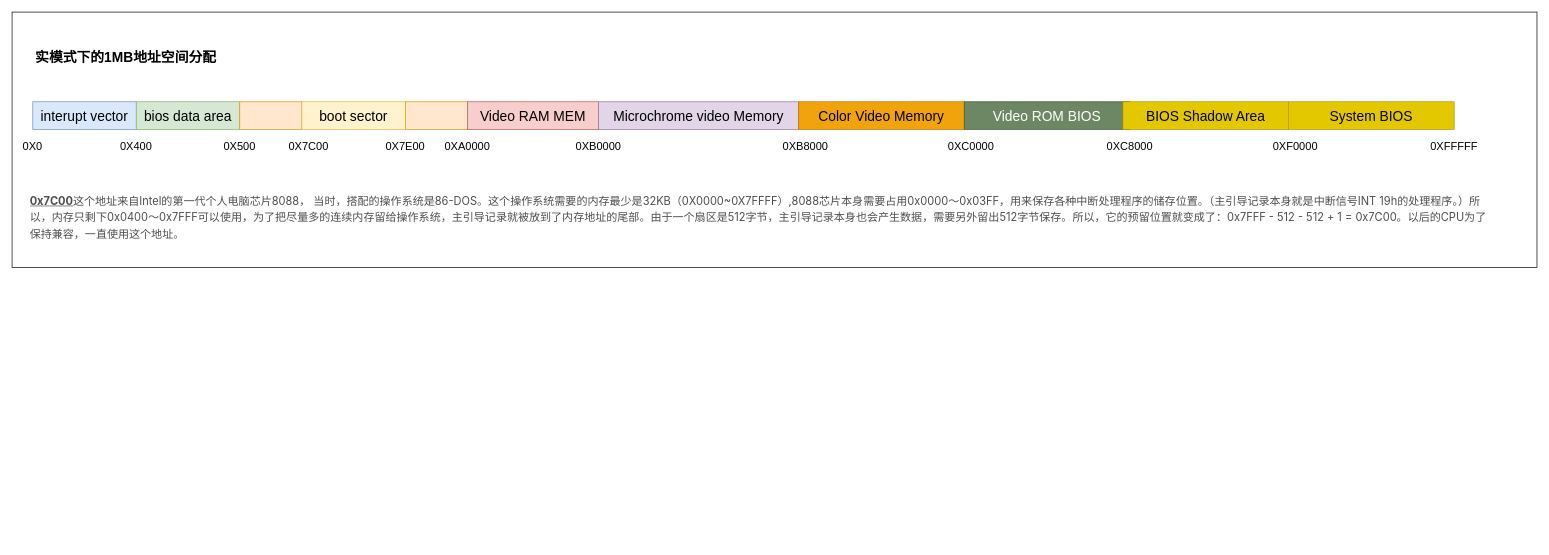
Above: 未命名绘图.drawio in wbzzx-bb/HUAWEI-STORE-GO (draw.io), before the change. Source tidied: cells renumbered, new cells numbered last; positions are measured from the earlier drawing's top-left corner, leaving out a move shared by most shapes. Both pictures are drawn from the tidied source at 69%, with x=0, y=0 at pixel (12, 12).
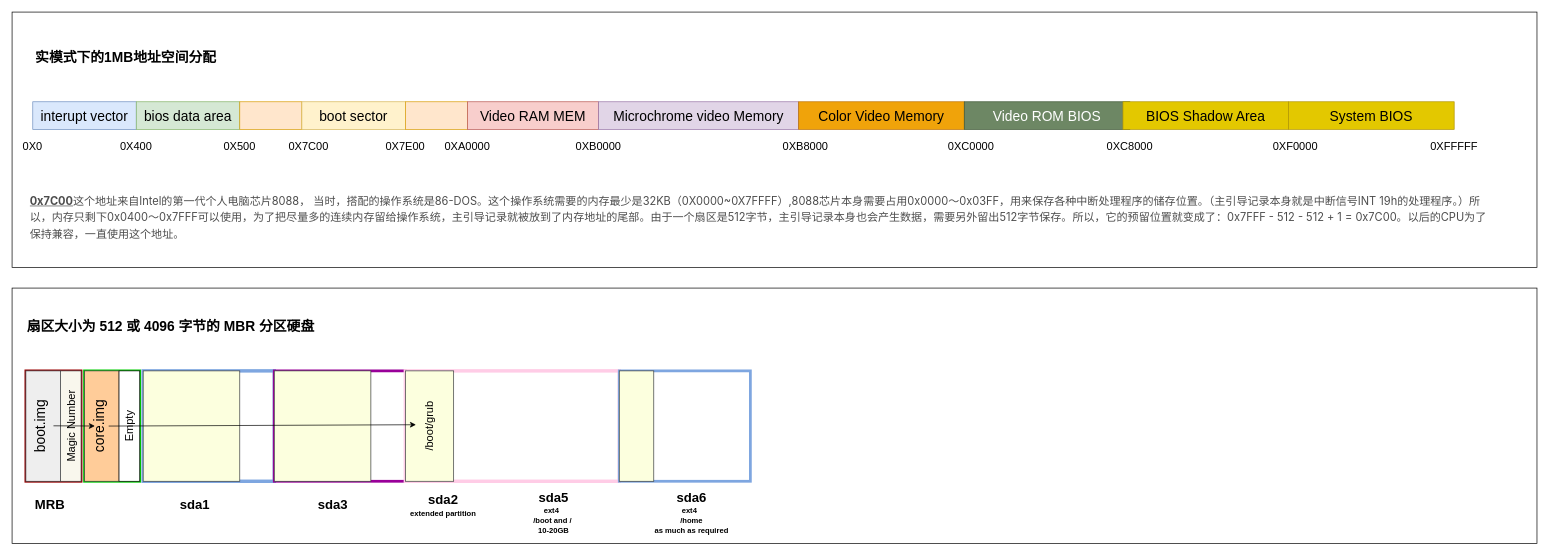
After the change.

Commit message (it also covers changes not shown here):
更新未命名绘图.drawio

Diff of the diagram source:
```diff
@@
+    <mxCell id="28" style="whiteSpace=wrap;html=1;" parent="1" vertex="1">
+      <mxGeometry y="400" width="2210" height="370" as="geometry" />
+    </mxCell>
+    <mxCell id="29" style="whiteSpace=wrap;html=1;labelBorderColor=#CC0000;strokeColor=#990000;strokeWidth=4;" parent="1" vertex="1">
+      <mxGeometry x="20" y="520" width="80" height="160" as="geometry" />
+    </mxCell>
@@
+    <mxCell id="30" style="rounded=0;whiteSpace=wrap;html=1;fillColor=#eeeeee;strokeColor=#36393d;fontStyle=0;fontSize=20;" parent="1" vertex="1">
+      <mxGeometry x="20" y="520" width="50" height="160" as="geometry" />
+    </mxCell>
+    <mxCell id="31" value="&lt;font style=&quot;font-size: 20px;&quot;&gt;boot.img&lt;/font&gt;" style="text;strokeColor=none;align=center;fillColor=none;html=1;verticalAlign=middle;whiteSpace=wrap;rounded=0;rotation=-90;" parent="1" vertex="1">
+      <mxGeometry x="10" y="585" width="60" height="30" as="geometry" />
+    </mxCell>
+    <mxCell id="32" style="rounded=0;whiteSpace=wrap;html=1;fillColor=#f9f7ed;strokeColor=#36393d;fontStyle=0;fontSize=20;" parent="1" vertex="1">
+      <mxGeometry x="70" y="520" width="30" height="160" as="geometry" />
+    </mxCell>
+    <mxCell id="33" value="&lt;font style=&quot;font-size: 16px;&quot;&gt;Magic Number&lt;/font&gt;" style="text;strokeColor=none;align=center;fillColor=none;html=1;verticalAlign=middle;whiteSpace=wrap;rounded=0;rotation=-90;" parent="1" vertex="1">
+      <mxGeometry x="15" y="585" width="140" height="30" as="geometry" />
+    </mxCell>
+    <mxCell id="34" style="whiteSpace=wrap;html=1;labelBorderColor=#CC0000;strokeColor=#00CC00;strokeWidth=4;" parent="1" vertex="1">
+      <mxGeometry x="105" y="520" width="80" height="160" as="geometry" />
+    </mxCell>
+    <mxCell id="35" style="rounded=0;whiteSpace=wrap;html=1;fillColor=#ffcc99;strokeColor=#36393d;fontStyle=0;fontSize=20;" parent="1" vertex="1">
+      <mxGeometry x="105" y="520" width="50" height="160" as="geometry" />
+    </mxCell>
+    <mxCell id="36" value="&lt;font style=&quot;font-size: 20px;&quot;&gt;core.img&lt;/font&gt;" style="text;strokeColor=none;align=center;fillColor=none;html=1;verticalAlign=middle;whiteSpace=wrap;rounded=0;rotation=-90;" parent="1" vertex="1">
+      <mxGeometry x="95" y="585" width="60" height="30" as="geometry" />
+    </mxCell>
+    <mxCell id="37" style="rounded=0;whiteSpace=wrap;html=1;fontStyle=0;fontSize=20;" parent="1" vertex="1">
+      <mxGeometry x="155" y="520" width="30" height="160" as="geometry" />
+    </mxCell>
+    <mxCell id="38" value="&lt;font style=&quot;font-size: 16px;&quot;&gt;Empty&lt;/font&gt;" style="text;strokeColor=none;align=center;fillColor=none;html=1;verticalAlign=middle;whiteSpace=wrap;rounded=0;rotation=-90;" parent="1" vertex="1">
+      <mxGeometry x="100" y="585" width="140" height="30" as="geometry" />
+    </mxCell>
+    <mxCell id="39" style="whiteSpace=wrap;html=1;labelBorderColor=#CC0000;strokeColor=#7EA6E0;strokeWidth=5;" parent="1" vertex="1">
+      <mxGeometry x="190" y="520" width="190" height="160" as="geometry" />
+    </mxCell>
+    <mxCell id="40" style="whiteSpace=wrap;html=1;labelBorderColor=#CC0000;strokeColor=#990099;strokeWidth=4;" parent="1" vertex="1">
+      <mxGeometry x="380" y="520" width="190" height="160" as="geometry" />
+    </mxCell>
+    <mxCell id="41" style="whiteSpace=wrap;html=1;labelBorderColor=#CC0000;strokeColor=#FFCCE6;strokeWidth=5;" parent="1" vertex="1">
+      <mxGeometry x="570" y="520" width="310" height="160" as="geometry" />
+    </mxCell>
+    <mxCell id="42" style="whiteSpace=wrap;html=1;labelBorderColor=#CC0000;strokeColor=#7EA6E0;strokeWidth=4;" parent="1" vertex="1">
+      <mxGeometry x="880" y="520" width="190" height="160" as="geometry" />
+    </mxCell>
+    <mxCell id="43" style="rounded=0;whiteSpace=wrap;html=1;fillColor=#FCFFDE;strokeColor=#36393d;fontStyle=0;fontSize=20;" parent="1" vertex="1">
+      <mxGeometry x="190" y="520" width="140" height="160" as="geometry" />
+    </mxCell>
+    <mxCell id="44" style="rounded=0;whiteSpace=wrap;html=1;fillColor=#FCFFDE;strokeColor=#36393d;fontStyle=0;fontSize=20;" parent="1" vertex="1">
+      <mxGeometry x="380" y="520" width="140" height="160" as="geometry" />
+    </mxCell>
+    <mxCell id="45" style="rounded=0;whiteSpace=wrap;html=1;fillColor=#FCFFDE;strokeColor=#36393d;fontStyle=0;fontSize=20;" parent="1" vertex="1">
+      <mxGeometry x="570" y="520" width="70" height="160" as="geometry" />
+    </mxCell>
+    <mxCell id="46" value="&lt;font style=&quot;font-size: 16px;&quot;&gt;/boot/grub&lt;/font&gt;" style="text;strokeColor=none;align=center;fillColor=none;html=1;verticalAlign=middle;whiteSpace=wrap;rounded=0;rotation=-90;" parent="1" vertex="1">
+      <mxGeometry x="535" y="585" width="140" height="30" as="geometry" />
+    </mxCell>
+    <mxCell id="47" value="&lt;font style=&quot;font-size: 19px;&quot;&gt;MRB&lt;/font&gt;" style="text;strokeColor=none;align=center;fillColor=none;html=1;verticalAlign=middle;whiteSpace=wrap;rounded=0;fontStyle=1;" parent="1" vertex="1">
+      <mxGeometry x="10" y="700" width="90" height="30" as="geometry" />
+    </mxCell>
+    <mxCell id="48" value="&lt;font style=&quot;font-size: 19px;&quot;&gt;sda1&lt;/font&gt;" style="text;strokeColor=none;align=center;fillColor=none;html=1;verticalAlign=middle;whiteSpace=wrap;rounded=0;fontStyle=1;" parent="1" vertex="1">
+      <mxGeometry x="220" y="700" width="90" height="30" as="geometry" />
+    </mxCell>
+    <mxCell id="49" value="&lt;font style=&quot;font-size: 19px;&quot;&gt;sda2&lt;/font&gt;&lt;div&gt;&lt;font style=&quot;font-size: 11px;&quot;&gt;extended partition&lt;/font&gt;&lt;/div&gt;" style="text;strokeColor=none;align=center;fillColor=none;html=1;verticalAlign=middle;whiteSpace=wrap;rounded=0;fontStyle=1;" parent="1" vertex="1">
+      <mxGeometry x="550" y="700" width="150" height="30" as="geometry" />
+    </mxCell>
+    <mxCell id="50" value="&lt;font style=&quot;font-size: 19px;&quot;&gt;sda3&lt;/font&gt;" style="text;strokeColor=none;align=center;fillColor=none;html=1;verticalAlign=middle;whiteSpace=wrap;rounded=0;fontStyle=1;" parent="1" vertex="1">
+      <mxGeometry x="420" y="700" width="90" height="30" as="geometry" />
+    </mxCell>
+    <mxCell id="51" value="&lt;font style=&quot;font-size: 19px;&quot;&gt;sda5&lt;/font&gt;&lt;div&gt;&lt;span style=&quot;font-size: 11px;&quot;&gt;ext4&amp;nbsp;&amp;nbsp;&lt;/span&gt;&lt;/div&gt;&lt;div&gt;&lt;span style=&quot;font-size: 11px;&quot;&gt;/boot and /&amp;nbsp;&lt;/span&gt;&lt;/div&gt;&lt;div&gt;&lt;span style=&quot;font-size: 11px;&quot;&gt;10-20GB&lt;/span&gt;&lt;/div&gt;" style="text;strokeColor=none;align=center;fillColor=none;html=1;verticalAlign=middle;whiteSpace=wrap;rounded=0;fontStyle=1;" parent="1" vertex="1">
+      <mxGeometry x="710" y="710" width="150" height="30" as="geometry" />
+    </mxCell>
+    <mxCell id="52" value="&lt;font style=&quot;font-size: 19px;&quot;&gt;sda6&lt;/font&gt;&lt;div&gt;&lt;span style=&quot;font-size: 11px;&quot;&gt;ext4&amp;nbsp;&amp;nbsp;&lt;/span&gt;&lt;/div&gt;&lt;div&gt;&lt;span style=&quot;font-size: 11px;&quot;&gt;/home&lt;/span&gt;&lt;/div&gt;&lt;div&gt;&lt;span style=&quot;font-size: 11px;&quot;&gt;as much as required&lt;/span&gt;&lt;/div&gt;" style="text;strokeColor=none;align=center;fillColor=none;html=1;verticalAlign=middle;whiteSpace=wrap;rounded=0;fontStyle=1;" parent="1" vertex="1">
+      <mxGeometry x="910" y="680" width="150" height="90" as="geometry" />
+    </mxCell>
+    <mxCell id="53" style="rounded=0;whiteSpace=wrap;html=1;fillColor=#FCFFDE;strokeColor=#36393d;fontStyle=0;fontSize=20;" parent="1" vertex="1">
+      <mxGeometry x="880" y="520" width="50" height="160" as="geometry" />
+    </mxCell>
+    <mxCell id="54" style="edgeStyle=none;orthogonalLoop=1;jettySize=auto;html=1;rounded=0;" parent="1" edge="1">
+      <mxGeometry relative="1" as="geometry">
+        <mxPoint x="60" y="599.6" as="sourcePoint" />
+        <mxPoint x="120" y="599.9" as="targetPoint" />
+      </mxGeometry>
+    </mxCell>
+    <mxCell id="55" style="edgeStyle=none;jettySize=auto;html=1;rounded=0;entryX=0.514;entryY=-0.156;entryDx=0;entryDy=0;entryPerimeter=0;exitX=0.5;exitY=1;exitDx=0;exitDy=0;" parent="1" edge="1" source="36" target="46">
+      <mxGeometry relative="1" as="geometry" />
+    </mxCell>
+    <mxCell id="56" value="&lt;font style=&quot;font-size: 20px;&quot;&gt;扇区大小为 512 或 4096 字节的 MBR 分区硬盘&lt;/font&gt;" style="text;strokeColor=none;align=center;fillColor=none;html=1;verticalAlign=middle;whiteSpace=wrap;rounded=0;fontStyle=1;" parent="1" vertex="1">
+      <mxGeometry x="10" y="440" width="440" height="30" as="geometry" />
+    </mxCell>
```
